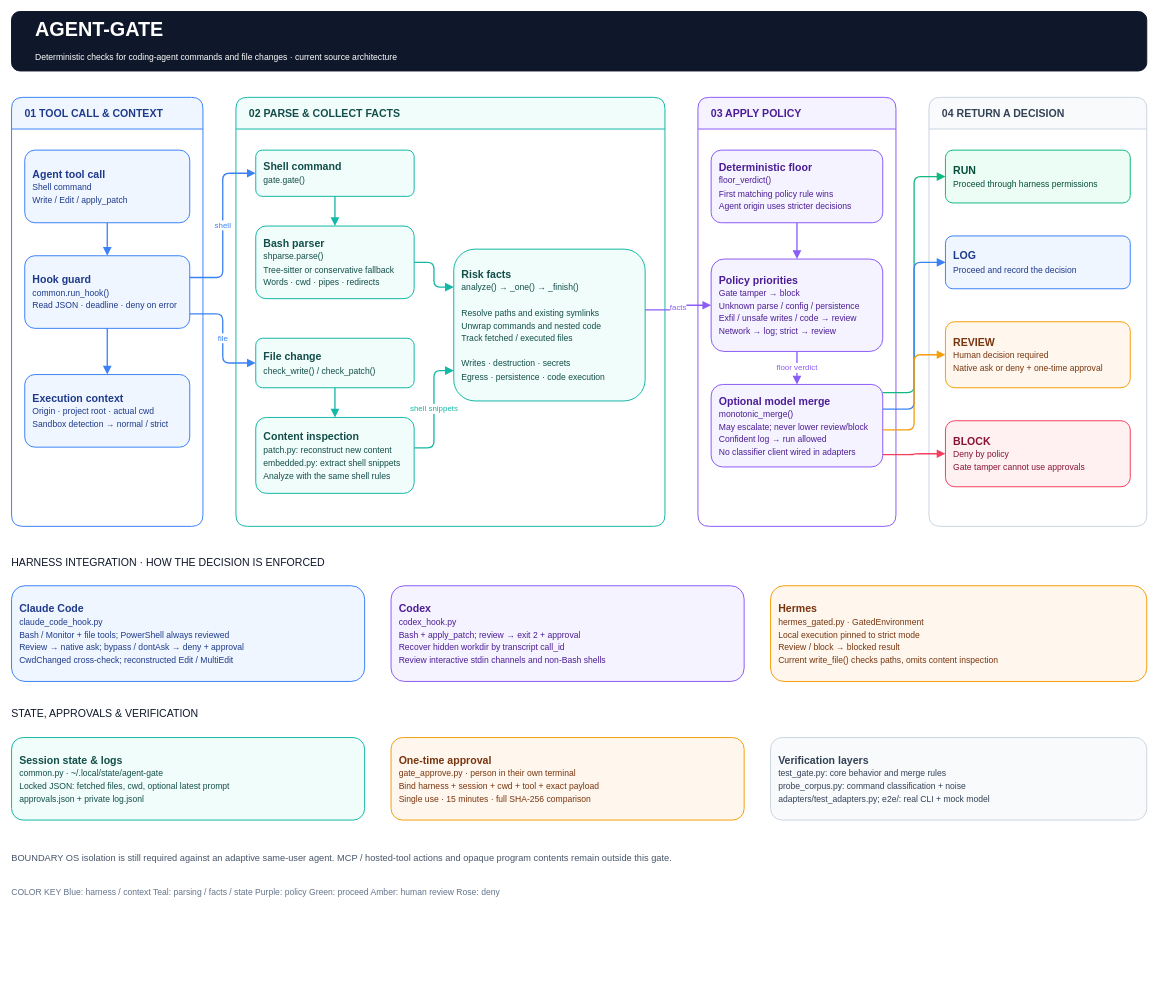
Earlier version of the draw.io diagram agent-gate-architecture.drawio (subhashdasyam/agent-gate). Source tidied: cells renumbered, new cells numbered last; positions are measured from the earlier drawing's top-left corner, leaving out a move shared by most shapes. Both pictures are drawn from the tidied source at 66%, with x=0, y=0 at pixel (11, 11).
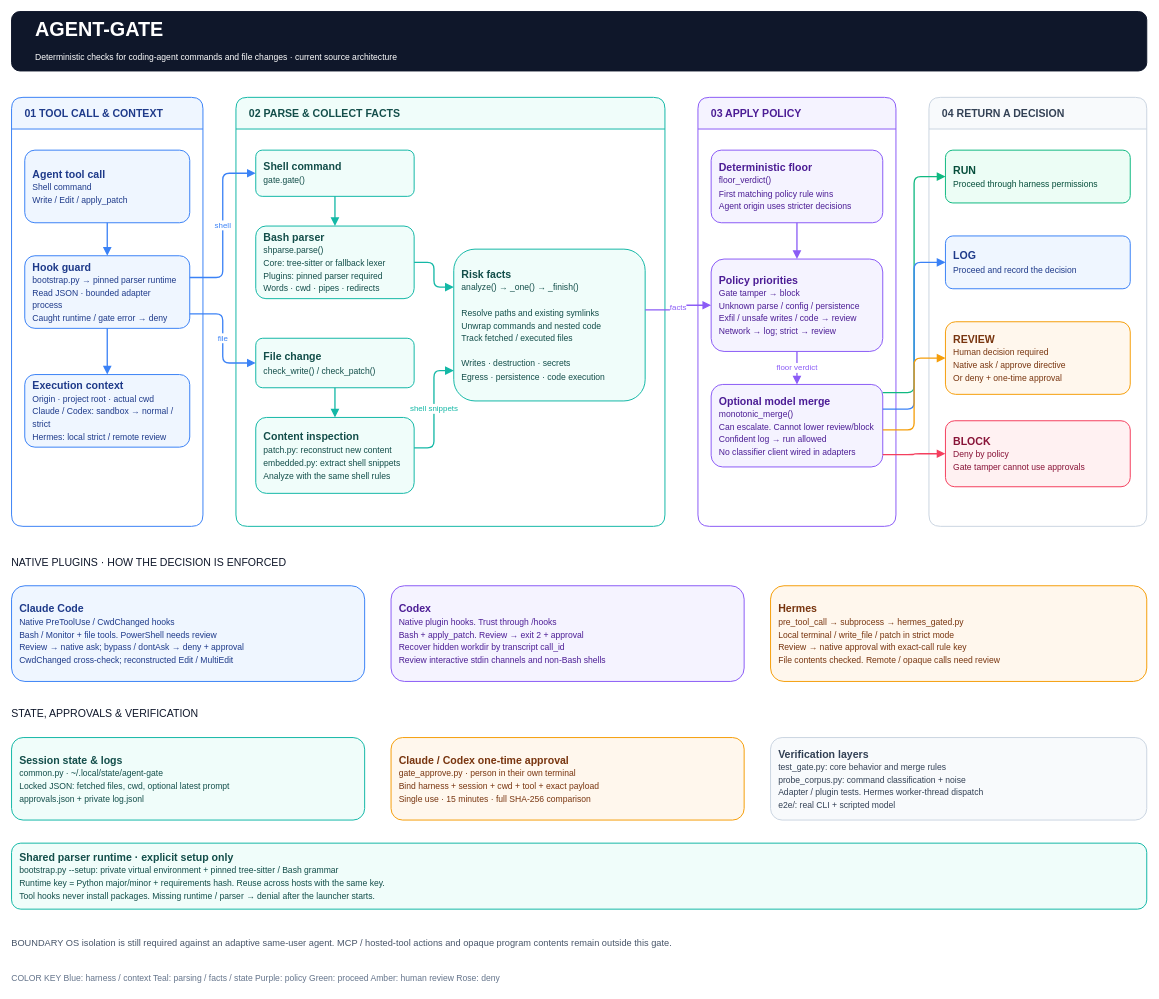
The same diagram, later.

Commit message (it also covers changes not shown here):
Simplify README, add technical docs, and refresh architecture diagrams

The change refers to these unchanged cells:
```xml
<mxCell id="3" value="01   TOOL CALL &amp; CONTEXT" style="swimlane;horizontal=1;startSize=48;rounded=1;arcSize=12;html=1;fontFamily=Helvetica;fontSize=16;fontStyle=1;align=left;spacingLeft=18;fillColor=#EFF6FF;swimlaneFillColor=#FFFFFF;strokeColor=#3B82F6;fontColor=#1E3A8A;strokeWidth=1.5;" parent="1" vertex="1">
  <mxGeometry y="130" width="290" height="650" as="geometry" />
</mxCell>
<mxCell id="4" value="02   PARSE &amp; COLLECT FACTS" style="swimlane;horizontal=1;startSize=48;rounded=1;arcSize=12;html=1;fontFamily=Helvetica;fontSize=16;fontStyle=1;align=left;spacingLeft=18;fillColor=#F0FDFA;swimlaneFillColor=#FFFFFF;strokeColor=#14B8A6;fontColor=#134E4A;strokeWidth=1.5;" parent="1" vertex="1">
  <mxGeometry x="340" y="130" width="650" height="650" as="geometry" />
</mxCell>
<mxCell id="5" value="03   APPLY POLICY" style="swimlane;horizontal=1;startSize=48;rounded=1;arcSize=12;html=1;fontFamily=Helvetica;fontSize=16;fontStyle=1;align=left;spacingLeft=18;fillColor=#F5F3FF;swimlaneFillColor=#FFFFFF;strokeColor=#8B5CF6;fontColor=#4C1D95;strokeWidth=1.5;" parent="1" vertex="1">
  <mxGeometry x="1040" y="130" width="300" height="650" as="geometry" />
</mxCell>
<mxCell id="6" value="04   RETURN A DECISION" style="swimlane;horizontal=1;startSize=48;rounded=1;arcSize=12;html=1;fontFamily=Helvetica;fontSize=16;fontStyle=1;align=left;spacingLeft=18;fillColor=#F8FAFC;swimlaneFillColor=#FFFFFF;strokeColor=#CBD5E1;fontColor=#334155;strokeWidth=1.5;" parent="1" vertex="1">
  <mxGeometry x="1390" y="130" width="330" height="650" as="geometry" />
</mxCell>
```

What changed in the source:
```diff
@@
-    <mxCell id="8" value="&lt;b&gt;Hook guard&lt;/b&gt;&lt;br&gt;&lt;font style=&quot;font-size:13px&quot;&gt;common.run_hook()&lt;br&gt;Read JSON · deadline · deny on error&lt;/font&gt;" style="rounded=1;arcSize=14;whiteSpace=wrap;html=1;fontFamily=Helvetica;fontSize=16;fillColor=#EFF6FF;strokeColor=#3B82F6;fontColor=#1E3A8A;strokeWidth=1.5;spacing=12;align=left;verticalAlign=middle;" parent="3" vertex="1">
+    <mxCell id="8" value="&lt;b&gt;Hook guard&lt;/b&gt;&lt;br&gt;&lt;font style=&quot;font-size:13px&quot;&gt;bootstrap.py → pinned parser runtime&lt;br&gt;Read JSON · bounded adapter process&lt;br&gt;Caught runtime / gate error → deny&lt;/font&gt;" style="rounded=1;arcSize=14;whiteSpace=wrap;html=1;fontFamily=Helvetica;fontSize=16;fillColor=#EFF6FF;strokeColor=#3B82F6;fontColor=#1E3A8A;strokeWidth=1.5;spacing=12;align=left;verticalAlign=middle;" parent="3" vertex="1">
       <mxGeometry x="20" y="240" width="250" height="110" as="geometry" />
     </mxCell>
-    <mxCell id="9" value="&lt;b&gt;Execution context&lt;/b&gt;&lt;br&gt;&lt;font style=&quot;font-size:13px&quot;&gt;Origin · project root · actual cwd&lt;br&gt;Sandbox detection → normal / strict&lt;/font&gt;" style="rounded=1;arcSize=14;whiteSpace=wrap;html=1;fontFamily=Helvetica;fontSize=16;fillColor=#EFF6FF;strokeColor=#3B82F6;fontColor=#1E3A8A;strokeWidth=1.5;spacing=12;align=left;verticalAlign=middle;" parent="3" vertex="1">
+    <mxCell id="9" value="&lt;b&gt;Execution context&lt;/b&gt;&lt;br&gt;&lt;font style=&quot;font-size:13px&quot;&gt;Origin · project root · actual cwd&lt;br&gt;Claude / Codex: sandbox → normal / strict&lt;br&gt;Hermes: local strict / remote review&lt;/font&gt;" style="rounded=1;arcSize=14;whiteSpace=wrap;html=1;fontFamily=Helvetica;fontSize=16;fillColor=#EFF6FF;strokeColor=#3B82F6;fontColor=#1E3A8A;strokeWidth=1.5;spacing=12;align=left;verticalAlign=middle;" parent="3" vertex="1">
       <mxGeometry x="20" y="420" width="250" height="110" as="geometry" />
     </mxCell>
@@
-    <mxCell id="11" value="&lt;b&gt;Bash parser&lt;/b&gt;&lt;br&gt;&lt;font style=&quot;font-size:13px&quot;&gt;shparse.parse()&lt;br&gt;Tree-sitter or conservative fallback&lt;br&gt;Words · cwd · pipes · redirects&lt;/font&gt;" style="rounded=1;arcSize=14;whiteSpace=wrap;html=1;fontFamily=Helvetica;fontSize=16;fillColor=#F0FDFA;strokeColor=#14B8A6;fontColor=#134E4A;strokeWidth=1.5;spacing=12;align=left;verticalAlign=middle;" parent="4" vertex="1">
+    <mxCell id="11" value="&lt;b&gt;Bash parser&lt;/b&gt;&lt;br&gt;&lt;font style=&quot;font-size:13px&quot;&gt;shparse.parse()&lt;br&gt;Core: tree-sitter or fallback lexer&lt;br&gt;Plugins: pinned parser required&lt;br&gt;Words · cwd · pipes · redirects&lt;/font&gt;" style="rounded=1;arcSize=14;whiteSpace=wrap;html=1;fontFamily=Helvetica;fontSize=16;fillColor=#F0FDFA;strokeColor=#14B8A6;fontColor=#134E4A;strokeWidth=1.5;spacing=12;align=left;verticalAlign=middle;" parent="4" vertex="1">
       <mxGeometry x="30" y="195" width="240" height="110" as="geometry" />
     </mxCell>
@@
-    <mxCell id="17" value="&lt;b&gt;Optional model merge&lt;/b&gt;&lt;br&gt;&lt;font style=&quot;font-size:13px&quot;&gt;monotonic_merge()&lt;br&gt;May escalate; never lower review/block&lt;br&gt;Confident log → run allowed&lt;br&gt;No classifier client wired in adapters&lt;/font&gt;" style="rounded=1;arcSize=14;whiteSpace=wrap;html=1;fontFamily=Helvetica;fontSize=16;fillColor=#F5F3FF;strokeColor=#8B5CF6;fontColor=#4C1D95;strokeWidth=1.5;spacing=12;align=left;verticalAlign=middle;" parent="5" vertex="1">
+    <mxCell id="17" value="&lt;b&gt;Optional model merge&lt;/b&gt;&lt;br&gt;&lt;font style=&quot;font-size:13px&quot;&gt;monotonic_merge()&lt;br&gt;Can escalate. Cannot lower review/block&lt;br&gt;Confident log → run allowed&lt;br&gt;No classifier client wired in adapters&lt;/font&gt;" style="rounded=1;arcSize=14;whiteSpace=wrap;html=1;fontFamily=Helvetica;fontSize=16;fillColor=#F5F3FF;strokeColor=#8B5CF6;fontColor=#4C1D95;strokeWidth=1.5;spacing=12;align=left;verticalAlign=middle;" parent="5" vertex="1">
       <mxGeometry x="20" y="435" width="260" height="125" as="geometry" />
     </mxCell>
@@
-    <mxCell id="20" value="&lt;b&gt;REVIEW&lt;/b&gt;&lt;br&gt;&lt;font style=&quot;font-size:13px&quot;&gt;Human decision required&lt;br&gt;Native ask or deny + one-time approval&lt;/font&gt;" style="rounded=1;arcSize=14;whiteSpace=wrap;html=1;fontFamily=Helvetica;fontSize=16;fillColor=#FFF7ED;strokeColor=#F59E0B;fontColor=#78350F;strokeWidth=1.5;spacing=12;align=left;verticalAlign=middle;" parent="6" vertex="1">
-      <mxGeometry x="25" y="340" width="280" height="100" as="geometry" />
+    <mxCell id="20" value="&lt;b&gt;REVIEW&lt;/b&gt;&lt;br&gt;&lt;font style=&quot;font-size:13px&quot;&gt;Human decision required&lt;br&gt;Native ask / approve directive&lt;br&gt;Or deny + one-time approval&lt;/font&gt;" style="rounded=1;arcSize=14;whiteSpace=wrap;html=1;fontFamily=Helvetica;fontSize=16;fillColor=#FFF7ED;strokeColor=#F59E0B;fontColor=#78350F;strokeWidth=1.5;spacing=12;align=left;verticalAlign=middle;" parent="6" vertex="1">
+      <mxGeometry x="25" y="340" width="280" height="110" as="geometry" />
     </mxCell>
@@
-    <mxCell id="37" value="HARNESS INTEGRATION   ·   HOW THE DECISION IS ENFORCED" style="text;html=1;whiteSpace=wrap;fontFamily=Helvetica;fontSize=16;fontColor=#0F172A;align=left;verticalAlign=middle;spacing=0;" parent="1" vertex="1">
+    <mxCell id="37" value="NATIVE PLUGINS   ·   HOW THE DECISION IS ENFORCED" style="text;html=1;whiteSpace=wrap;fontFamily=Helvetica;fontSize=16;fontColor=#0F172A;align=left;verticalAlign=middle;spacing=0;" parent="1" vertex="1">
       <mxGeometry y="820" width="1100" height="28" as="geometry" />
     </mxCell>
-    <mxCell id="38" value="&lt;b&gt;Claude Code&lt;/b&gt;&lt;br&gt;&lt;font style=&quot;font-size:13px&quot;&gt;claude_code_hook.py&lt;br&gt;Bash / Monitor + file tools; PowerShell always reviewed&lt;br&gt;Review → native ask; bypass / dontAsk → deny + approval&lt;br&gt;CwdChanged cross-check; reconstructed Edit / MultiEdit&lt;/font&gt;" style="rounded=1;arcSize=14;whiteSpace=wrap;html=1;fontFamily=Helvetica;fontSize=16;fillColor=#EFF6FF;strokeColor=#3B82F6;fontColor=#1E3A8A;strokeWidth=1.5;spacing=12;align=left;verticalAlign=middle;" parent="1" vertex="1">
+    <mxCell id="38" value="&lt;b&gt;Claude Code&lt;/b&gt;&lt;br&gt;&lt;font style=&quot;font-size:13px&quot;&gt;Native PreToolUse / CwdChanged hooks&lt;br&gt;Bash / Monitor + file tools. PowerShell needs review&lt;br&gt;Review → native ask; bypass / dontAsk → deny + approval&lt;br&gt;CwdChanged cross-check; reconstructed Edit / MultiEdit&lt;/font&gt;" style="rounded=1;arcSize=14;whiteSpace=wrap;html=1;fontFamily=Helvetica;fontSize=16;fillColor=#EFF6FF;strokeColor=#3B82F6;fontColor=#1E3A8A;strokeWidth=1.5;spacing=12;align=left;verticalAlign=middle;" parent="1" vertex="1">
       <mxGeometry y="870" width="535" height="145" as="geometry" />
     </mxCell>
-    <mxCell id="39" value="&lt;b&gt;Codex&lt;/b&gt;&lt;br&gt;&lt;font style=&quot;font-size:13px&quot;&gt;codex_hook.py&lt;br&gt;Bash + apply_patch; review → exit 2 + approval&lt;br&gt;Recover hidden workdir by transcript call_id&lt;br&gt;Review interactive stdin channels and non-Bash shells&lt;/font&gt;" style="rounded=1;arcSize=14;whiteSpace=wrap;html=1;fontFamily=Helvetica;fontSize=16;fillColor=#F5F3FF;strokeColor=#8B5CF6;fontColor=#4C1D95;strokeWidth=1.5;spacing=12;align=left;verticalAlign=middle;" parent="1" vertex="1">
+    <mxCell id="39" value="&lt;b&gt;Codex&lt;/b&gt;&lt;br&gt;&lt;font style=&quot;font-size:13px&quot;&gt;Native plugin hooks. Trust through /hooks&lt;br&gt;Bash + apply_patch. Review → exit 2 + approval&lt;br&gt;Recover hidden workdir by transcript call_id&lt;br&gt;Review interactive stdin channels and non-Bash shells&lt;/font&gt;" style="rounded=1;arcSize=14;whiteSpace=wrap;html=1;fontFamily=Helvetica;fontSize=16;fillColor=#F5F3FF;strokeColor=#8B5CF6;fontColor=#4C1D95;strokeWidth=1.5;spacing=12;align=left;verticalAlign=middle;" parent="1" vertex="1">
       <mxGeometry x="575" y="870" width="535" height="145" as="geometry" />
     </mxCell>
-    <mxCell id="40" value="&lt;b&gt;Hermes&lt;/b&gt;&lt;br&gt;&lt;font style=&quot;font-size:13px&quot;&gt;hermes_gated.py · GatedEnvironment&lt;br&gt;Local execution pinned to strict mode&lt;br&gt;Review / block → blocked result&lt;br&gt;Current write_file() checks paths, omits content inspection&lt;/font&gt;" style="rounded=1;arcSize=14;whiteSpace=wrap;html=1;fontFamily=Helvetica;fontSize=16;fillColor=#FFF7ED;strokeColor=#F59E0B;fontColor=#78350F;strokeWidth=1.5;spacing=12;align=left;verticalAlign=middle;" parent="1" vertex="1">
+    <mxCell id="40" value="&lt;b&gt;Hermes&lt;/b&gt;&lt;br&gt;&lt;font style=&quot;font-size:13px&quot;&gt;pre_tool_call → subprocess → hermes_gated.py&lt;br&gt;Local terminal / write_file / patch in strict mode&lt;br&gt;Review → native approval with exact-call rule key&lt;br&gt;File contents checked. Remote / opaque calls need review&lt;/font&gt;" style="rounded=1;arcSize=14;whiteSpace=wrap;html=1;fontFamily=Helvetica;fontSize=16;fillColor=#FFF7ED;strokeColor=#F59E0B;fontColor=#78350F;strokeWidth=1.5;spacing=12;align=left;verticalAlign=middle;" parent="1" vertex="1">
       <mxGeometry x="1150" y="870" width="570" height="145" as="geometry" />
     </mxCell>
@@
-    <mxCell id="43" value="&lt;b&gt;One-time approval&lt;/b&gt;&lt;br&gt;&lt;font style=&quot;font-size:13px&quot;&gt;gate_approve.py · person in their own terminal&lt;br&gt;Bind harness + session + cwd + tool + exact payload&lt;br&gt;Single use · 15 minutes · full SHA-256 comparison&lt;/font&gt;" style="rounded=1;arcSize=14;whiteSpace=wrap;html=1;fontFamily=Helvetica;fontSize=16;fillColor=#FFF7ED;strokeColor=#F59E0B;fontColor=#78350F;strokeWidth=1.5;spacing=12;align=left;verticalAlign=middle;" parent="1" vertex="1">
+    <mxCell id="43" value="&lt;b&gt;Claude / Codex one-time approval&lt;/b&gt;&lt;br&gt;&lt;font style=&quot;font-size:13px&quot;&gt;gate_approve.py · person in their own terminal&lt;br&gt;Bind harness + session + cwd + tool + exact payload&lt;br&gt;Single use · 15 minutes · full SHA-256 comparison&lt;/font&gt;" style="rounded=1;arcSize=14;whiteSpace=wrap;html=1;fontFamily=Helvetica;fontSize=16;fillColor=#FFF7ED;strokeColor=#F59E0B;fontColor=#78350F;strokeWidth=1.5;spacing=12;align=left;verticalAlign=middle;" parent="1" vertex="1">
       <mxGeometry x="575" y="1100" width="535" height="125" as="geometry" />
     </mxCell>
-    <mxCell id="44" value="&lt;b&gt;Verification layers&lt;/b&gt;&lt;br&gt;&lt;font style=&quot;font-size:13px&quot;&gt;test_gate.py: core behavior and merge rules&lt;br&gt;probe_corpus.py: command classification + noise&lt;br&gt;adapters/test_adapters.py; e2e/: real CLI + mock model&lt;/font&gt;" style="rounded=1;arcSize=14;whiteSpace=wrap;html=1;fontFamily=Helvetica;fontSize=16;fillColor=#F8FAFC;strokeColor=#CBD5E1;fontColor=#334155;strokeWidth=1.5;spacing=12;align=left;verticalAlign=middle;" parent="1" vertex="1">
+    <mxCell id="44" value="&lt;b&gt;Verification layers&lt;/b&gt;&lt;br&gt;&lt;font style=&quot;font-size:13px&quot;&gt;test_gate.py: core behavior and merge rules&lt;br&gt;probe_corpus.py: command classification + noise&lt;br&gt;Adapter / plugin tests. Hermes worker-thread dispatch&lt;br&gt;e2e/: real CLI + scripted model&lt;/font&gt;" style="rounded=1;arcSize=14;whiteSpace=wrap;html=1;fontFamily=Helvetica;fontSize=16;fillColor=#F8FAFC;strokeColor=#CBD5E1;fontColor=#334155;strokeWidth=1.5;spacing=12;align=left;verticalAlign=middle;" parent="1" vertex="1">
       <mxGeometry x="1150" y="1100" width="570" height="125" as="geometry" />
     </mxCell>
+    <mxCell id="47" value="&lt;b&gt;Shared parser runtime · explicit setup only&lt;/b&gt;&lt;br&gt;&lt;font style=&quot;font-size:13px&quot;&gt;bootstrap.py --setup: private virtual environment + pinned tree-sitter / Bash grammar&lt;br&gt;Runtime key = Python major/minor + requirements hash. Reuse across hosts with the same key.&lt;br&gt;Tool hooks never install packages. Missing runtime / parser → denial after the launcher starts.&lt;/font&gt;" style="rounded=1;arcSize=14;whiteSpace=wrap;html=1;fontFamily=Helvetica;fontSize=16;fillColor=#F0FDFA;strokeColor=#14B8A6;fontColor=#134E4A;strokeWidth=1.5;spacing=12;align=left;verticalAlign=middle;" parent="1" vertex="1">
+      <mxGeometry y="1260" width="1720" height="100" as="geometry" />
+    </mxCell>
     <mxCell id="45" value="BOUNDARY   OS isolation is still required against an adaptive same-user agent. MCP / hosted-tool actions and opaque program contents remain outside this gate." style="text;html=1;whiteSpace=wrap;fontFamily=Helvetica;fontSize=14;fontColor=#475569;align=left;verticalAlign=middle;spacing=0;" parent="1" vertex="1">
-      <mxGeometry y="1260" width="1720" height="44" as="geometry" />
+      <mxGeometry y="1390" width="1720" height="44" as="geometry" />
     </mxCell>
     <mxCell id="46" value="COLOR KEY   Blue: harness / context     Teal: parsing / facts / state     Purple: policy     Green: proceed     Amber: human review     Rose: deny" style="text;html=1;whiteSpace=wrap;fontFamily=Helvetica;fontSize=13;fontColor=#64748B;align=left;verticalAlign=middle;spacing=0;" parent="1" vertex="1">
-      <mxGeometry y="1320" width="1720" height="28" as="geometry" />
+      <mxGeometry y="1450" width="1720" height="28" as="geometry" />
     </mxCell>
```
